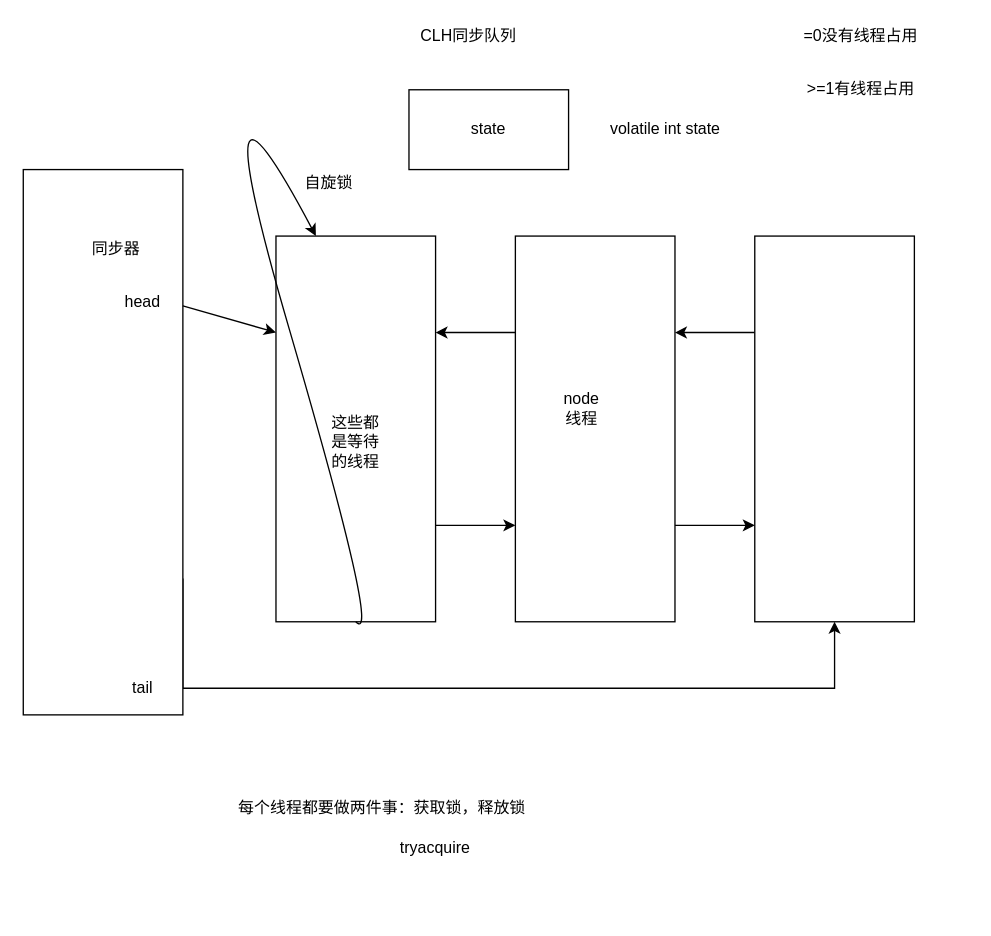
KerwinShi/MyJavaLearning keeps this draw.io diagram as 流程图/同步队列.drawio. Above is the earlier version. Source tidied: cells renumbered, new cells numbered last; positions are measured from the earlier drawing's top-left corner, leaving out a move shared by most shapes. Both pictures are drawn from the tidied source at 133%, with x=0, y=0 at pixel (23, 9).
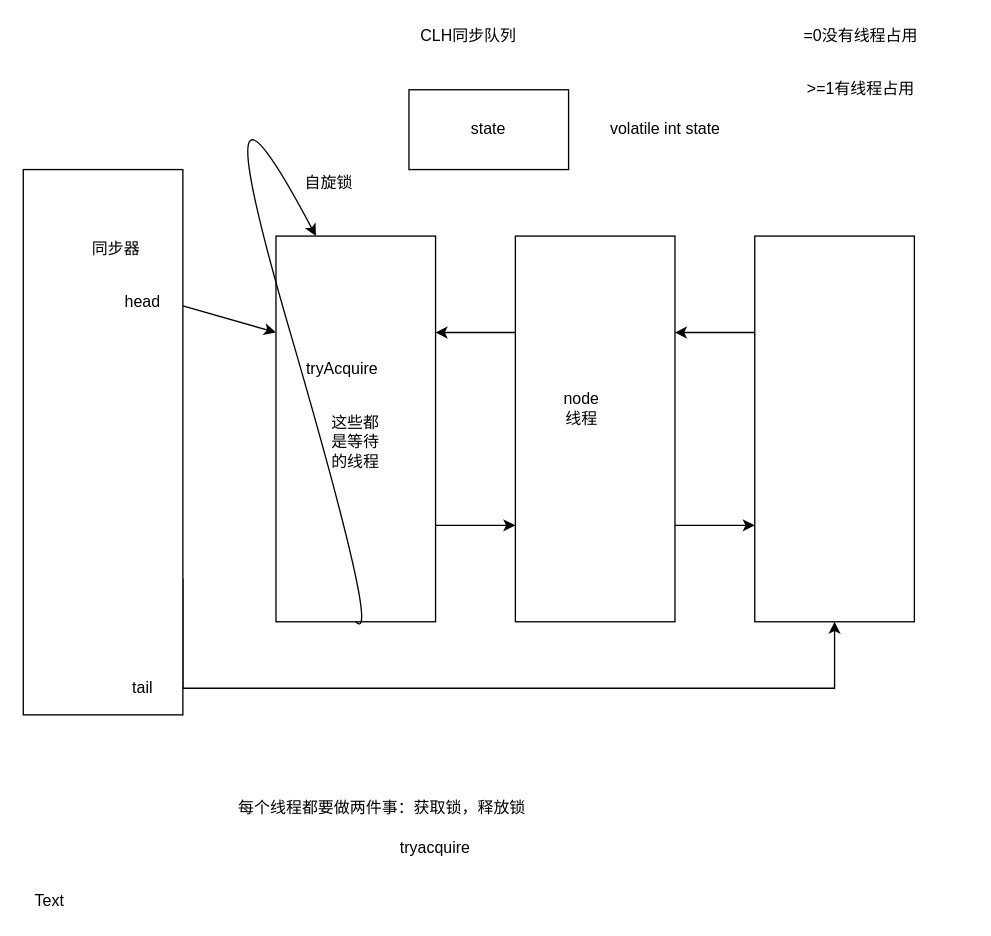
After the change.

The edit, as a diff of the source:
```diff
@@
+    <mxCell id="26" value="Text" style="text;html=1;strokeColor=none;fillColor=none;align=center;verticalAlign=middle;whiteSpace=wrap;rounded=0;" parent="1" vertex="1">
+      <mxGeometry y="660" width="40" height="20" as="geometry" />
+    </mxCell>
+    <mxCell id="27" value="tryAcquire" style="text;html=1;strokeColor=none;fillColor=none;align=center;verticalAlign=middle;whiteSpace=wrap;rounded=0;" parent="1" vertex="1">
+      <mxGeometry x="220" y="260" width="40" height="20" as="geometry" />
+    </mxCell>
```
